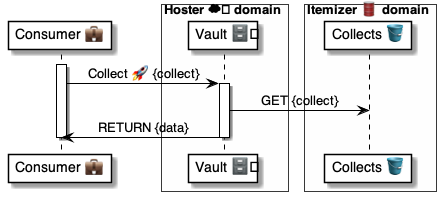
pollyweb-org/pollyweb-docs keeps this PlantUML diagram as 4 ⚙️ Solution/41 🎭 Domain Roles/Vaults 🗄️/🗄️🅰️ Vault methods/Collect 💼🚀🗄️/🗄️ Collect ⚙️ uml.png. Above is the earlier version. Its source is kept beside it as 4 ⚙️ Solution/41 🎭 Domain Roles/Vaults 🗄️/🗄️🅰️ Vault methods/Collect 💼🚀🗄️/🗄️ Collect ⚙️ uml.puml. Its diagram source:
```plantuml
@startuml Collet@Vault

participant "Consumer 💼" as consumer

box Hoster ☁️ domain #FFFFFA
    participant "Vault 🗄️" as vault
end box

box Itemizer 🛢 domain #FFFFFA
    participant "Collects 🪣" as collects
end box


activate consumer
    consumer -> vault: Collect 🚀 {collect}
    activate vault
        vault -> collects: GET {collect}
        vault -> consumer: RETURN {data}
    deactivate vault

deactivate consumer

@enduml
```
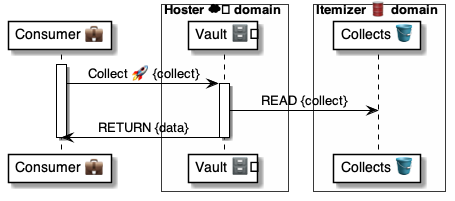
The same file after the commit.

What changed in the source:
```diff
@@ -14,7 +14,7 @@
 activate consumer
     consumer -> vault: Collect 🚀 {collect}
     activate vault
-        vault -> collects: GET {collect}
+        vault -> collects: READ {collect}
         vault -> consumer: RETURN {data}
     deactivate vault
 
```
